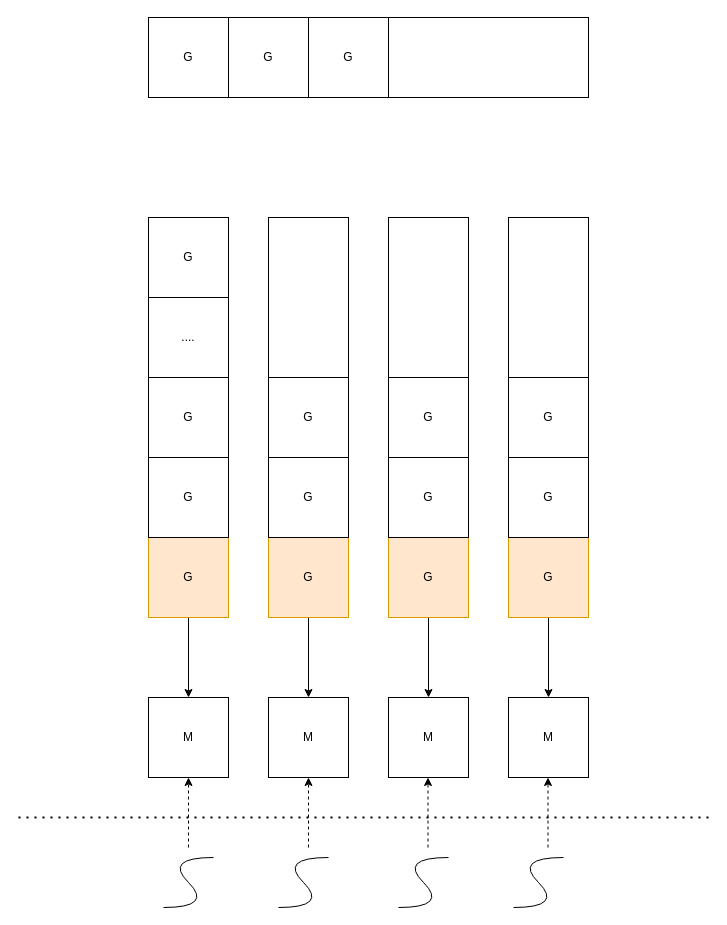
Above: page "gpm" (2 of 2) of go.drawio in lovercode/drawio (draw.io), before the change. Source tidied: cells renumbered, new cells numbered last; positions are measured from the earlier drawing's top-left corner, leaving out a move shared by most shapes. Both pictures are drawn from the tidied source at 100%, with x=0, y=0 at pixel (18, 17).
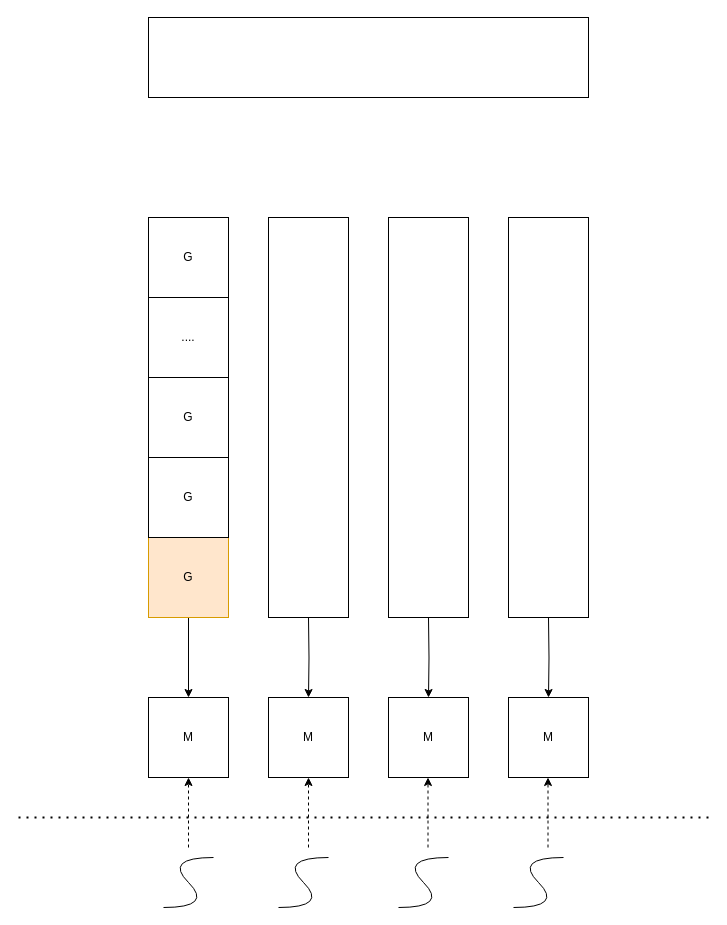
The same page after the edit.

Unchanged cells that the change refers to:
```xml
<mxCell id="3" value="M" style="rounded=0;whiteSpace=wrap;html=1;" parent="1" vertex="1">
  <mxGeometry x="250" y="680" width="80" height="80" as="geometry" />
</mxCell>
<mxCell id="4" value="M" style="rounded=0;whiteSpace=wrap;html=1;" parent="1" vertex="1">
  <mxGeometry x="370" y="680" width="80" height="80" as="geometry" />
</mxCell>
<mxCell id="5" value="M" style="rounded=0;whiteSpace=wrap;html=1;" parent="1" vertex="1">
  <mxGeometry x="490" y="680" width="80" height="80" as="geometry" />
</mxCell>
```

Change to the diagram source:
```diff
@@
-    <mxCell id="15" style="edgeStyle=orthogonalEdgeStyle;rounded=0;jettySize=auto;html=1;entryX=0.5;entryY=0;entryDx=0;entryDy=0;" parent="1" edge="1" source="16" target="3">
-      <mxGeometry relative="1" as="geometry" />
+    <mxCell id="15" style="edgeStyle=orthogonalEdgeStyle;rounded=0;jettySize=auto;html=1;entryX=0.5;entryY=0;entryDx=0;entryDy=0;" parent="1" edge="1" target="3">
+      <mxGeometry relative="1" as="geometry">
+        <mxPoint x="290" y="600" as="sourcePoint" />
+      </mxGeometry>
     </mxCell>
-    <mxCell id="16" value="G" style="rounded=0;whiteSpace=wrap;html=1;fillColor=#ffe6cc;strokeColor=#d79b00;" parent="1" vertex="1">
-      <mxGeometry x="250" y="520" width="80" height="80" as="geometry" />
-    </mxCell>
-    <mxCell id="17" value="G" style="rounded=0;whiteSpace=wrap;html=1;" parent="1" vertex="1">
-      <mxGeometry x="250" y="440" width="80" height="80" as="geometry" />
-    </mxCell>
-    <mxCell id="18" value="G" style="rounded=0;whiteSpace=wrap;html=1;" parent="1" vertex="1">
-      <mxGeometry x="250" y="360" width="80" height="80" as="geometry" />
-    </mxCell>
@@
-    <mxCell id="20" style="edgeStyle=orthogonalEdgeStyle;rounded=0;jettySize=auto;html=1;exitX=0.5;exitY=1;exitDx=0;exitDy=0;entryX=0.5;entryY=0;entryDx=0;entryDy=0;" parent="1" edge="1" source="21" target="4">
-      <mxGeometry relative="1" as="geometry" />
+    <mxCell id="20" style="edgeStyle=orthogonalEdgeStyle;rounded=0;jettySize=auto;html=1;exitX=0.5;exitY=1;exitDx=0;exitDy=0;entryX=0.5;entryY=0;entryDx=0;entryDy=0;" parent="1" edge="1" target="4">
+      <mxGeometry relative="1" as="geometry">
+        <mxPoint x="410" y="600" as="sourcePoint" />
+      </mxGeometry>
     </mxCell>
-    <mxCell id="21" value="G" style="rounded=0;whiteSpace=wrap;html=1;fillColor=#ffe6cc;strokeColor=#d79b00;" parent="1" vertex="1">
-      <mxGeometry x="370" y="520" width="80" height="80" as="geometry" />
-    </mxCell>
-    <mxCell id="22" value="G" style="rounded=0;whiteSpace=wrap;html=1;" parent="1" vertex="1">
-      <mxGeometry x="370" y="440" width="80" height="80" as="geometry" />
-    </mxCell>
-    <mxCell id="23" value="G" style="rounded=0;whiteSpace=wrap;html=1;" parent="1" vertex="1">
-      <mxGeometry x="370" y="360" width="80" height="80" as="geometry" />
-    </mxCell>
@@
-    <mxCell id="25" style="edgeStyle=orthogonalEdgeStyle;rounded=0;jettySize=auto;html=1;exitX=0.5;exitY=1;exitDx=0;exitDy=0;entryX=0.5;entryY=0;entryDx=0;entryDy=0;" parent="1" edge="1" source="26" target="5">
-      <mxGeometry relative="1" as="geometry" />
+    <mxCell id="25" style="edgeStyle=orthogonalEdgeStyle;rounded=0;jettySize=auto;html=1;exitX=0.5;exitY=1;exitDx=0;exitDy=0;entryX=0.5;entryY=0;entryDx=0;entryDy=0;" parent="1" edge="1" target="5">
+      <mxGeometry relative="1" as="geometry">
+        <mxPoint x="530" y="600" as="sourcePoint" />
+      </mxGeometry>
     </mxCell>
-    <mxCell id="26" value="G" style="rounded=0;whiteSpace=wrap;html=1;fillColor=#ffe6cc;strokeColor=#d79b00;" parent="1" vertex="1">
-      <mxGeometry x="490" y="520" width="80" height="80" as="geometry" />
-    </mxCell>
-    <mxCell id="27" value="G" style="rounded=0;whiteSpace=wrap;html=1;" parent="1" vertex="1">
-      <mxGeometry x="490" y="440" width="80" height="80" as="geometry" />
-    </mxCell>
-    <mxCell id="28" value="G" style="rounded=0;whiteSpace=wrap;html=1;" parent="1" vertex="1">
-      <mxGeometry x="490" y="360" width="80" height="80" as="geometry" />
-    </mxCell>
-    <mxCell id="29" value="G" style="rounded=0;whiteSpace=wrap;html=1;" parent="1" vertex="1">
-      <mxGeometry x="130" width="80" height="80" as="geometry" />
-    </mxCell>
-    <mxCell id="30" value="G" style="rounded=0;whiteSpace=wrap;html=1;" parent="1" vertex="1">
-      <mxGeometry x="210" width="80" height="80" as="geometry" />
-    </mxCell>
-    <mxCell id="31" value="G" style="rounded=0;whiteSpace=wrap;html=1;" parent="1" vertex="1">
-      <mxGeometry x="290" width="80" height="80" as="geometry" />
-    </mxCell>
```
